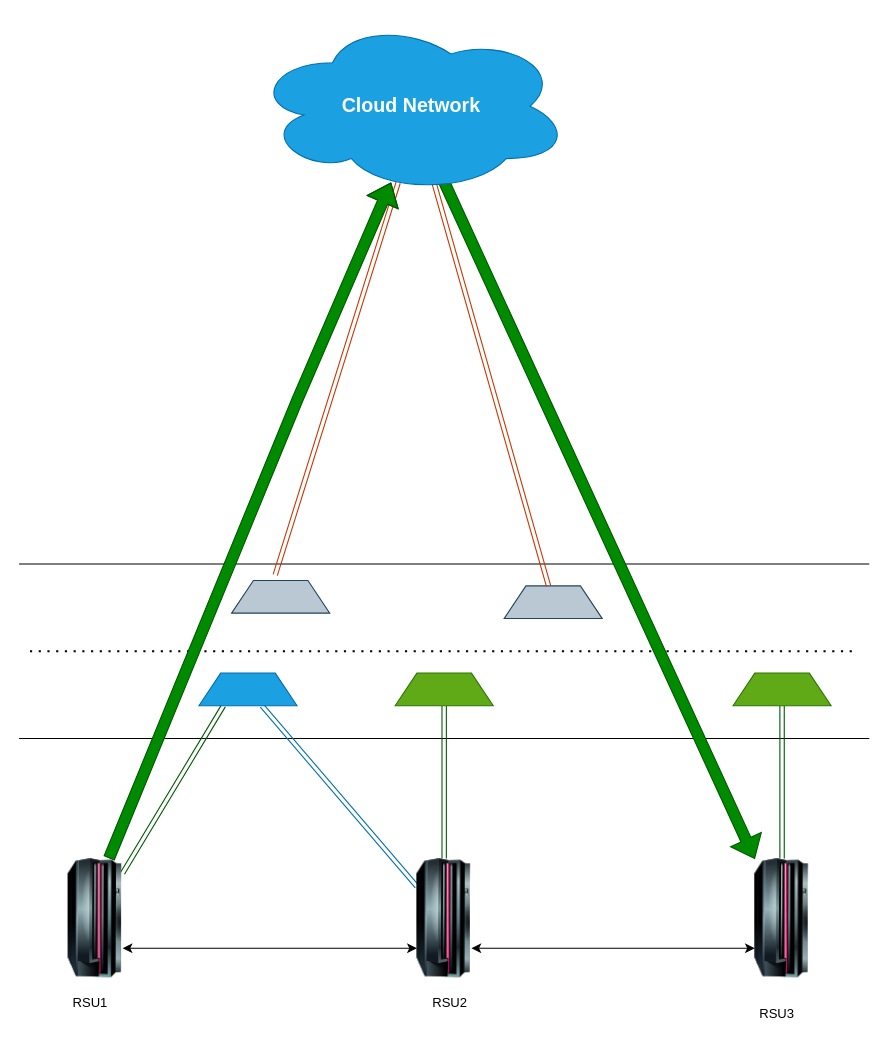
The draw.io diagram Trial 2.drawio in Lawrence-Appiah/Self-DrivingCar, before the edit. Source tidied: cells renumbered, new cells numbered last; positions are measured from the earlier drawing's top-left corner, leaving out a move shared by most shapes. Both pictures are drawn from the tidied source at 109%, with x=0, y=0 at pixel (19, 19).
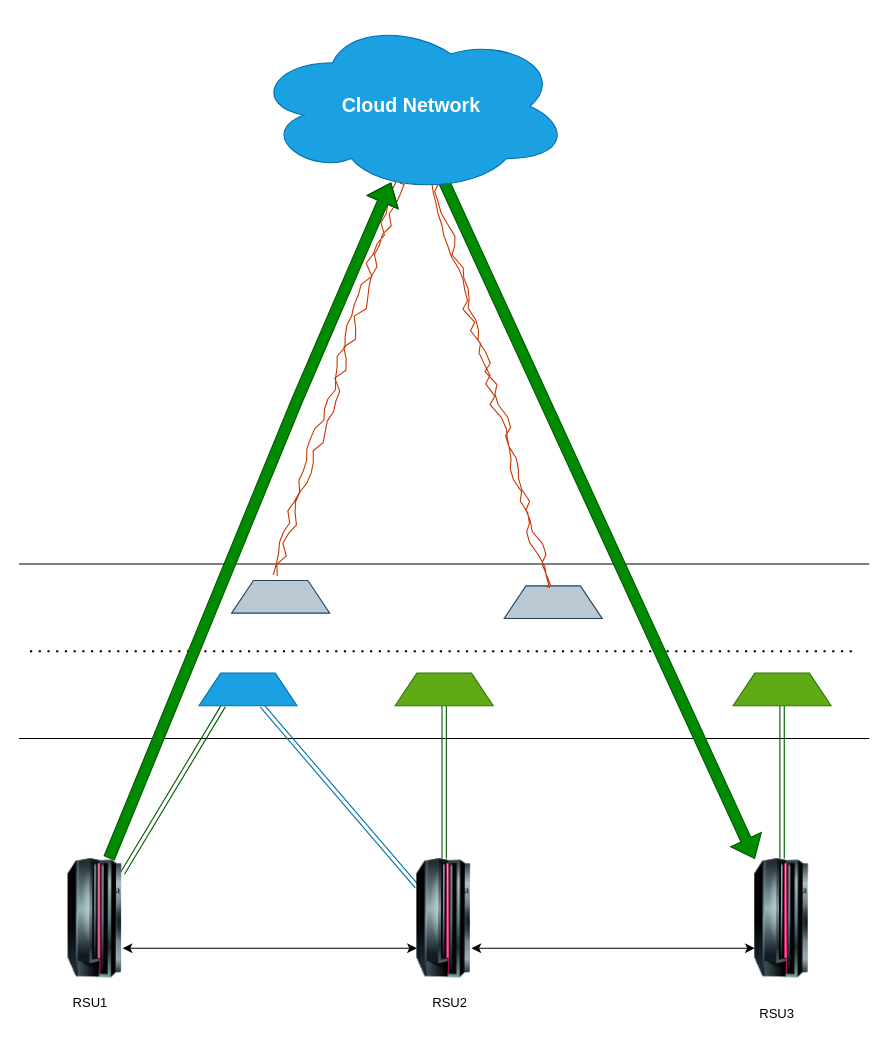
Above is the later version.

Unchanged cells that the change refers to:
```xml
<mxCell id="11" style="shape=trapezoid;perimeter=trapezoidPerimeter;whiteSpace=wrap;html=1;fixedSize=1;fillColor=#bac8d3;strokeColor=#23445d;" parent="1" vertex="1">
  <mxGeometry x="445" y="520" width="90" height="30" as="geometry" />
</mxCell>
```

What changed in the source:
```diff
@@
-    <mxCell id="19" style="rounded=0;orthogonalLoop=1;jettySize=auto;html=1;shape=link;flowAnimation=1;fillColor=#fa6800;strokeColor=#C73500;" parent="1" edge="1">
+    <mxCell id="19" style="rounded=0;orthogonalLoop=1;jettySize=auto;html=1;shape=link;flowAnimation=1;fillColor=#fa6800;strokeColor=#C73500;comic=1;jiggle=10;" parent="1" edge="1">
       <mxGeometry relative="1" as="geometry">
         <mxPoint x="347.8" y="150" as="sourcePoint" />
         <mxPoint x="235" y="510" as="targetPoint" />
       </mxGeometry>
     </mxCell>
-    <mxCell id="20" style="rounded=0;jettySize=auto;html=1;shape=link;flowAnimation=1;fillColor=#fa6800;strokeColor=#C73500;" parent="1" edge="1" target="11">
+    <mxCell id="20" style="rounded=0;jettySize=auto;html=1;shape=link;flowAnimation=1;fillColor=#fa6800;strokeColor=#C73500;comic=1;jiggle=10;" parent="1" edge="1" target="11">
       <mxGeometry relative="1" as="geometry">
         <mxPoint x="380.6" y="150" as="sourcePoint" />
       </mxGeometry>
     </mxCell>
```
